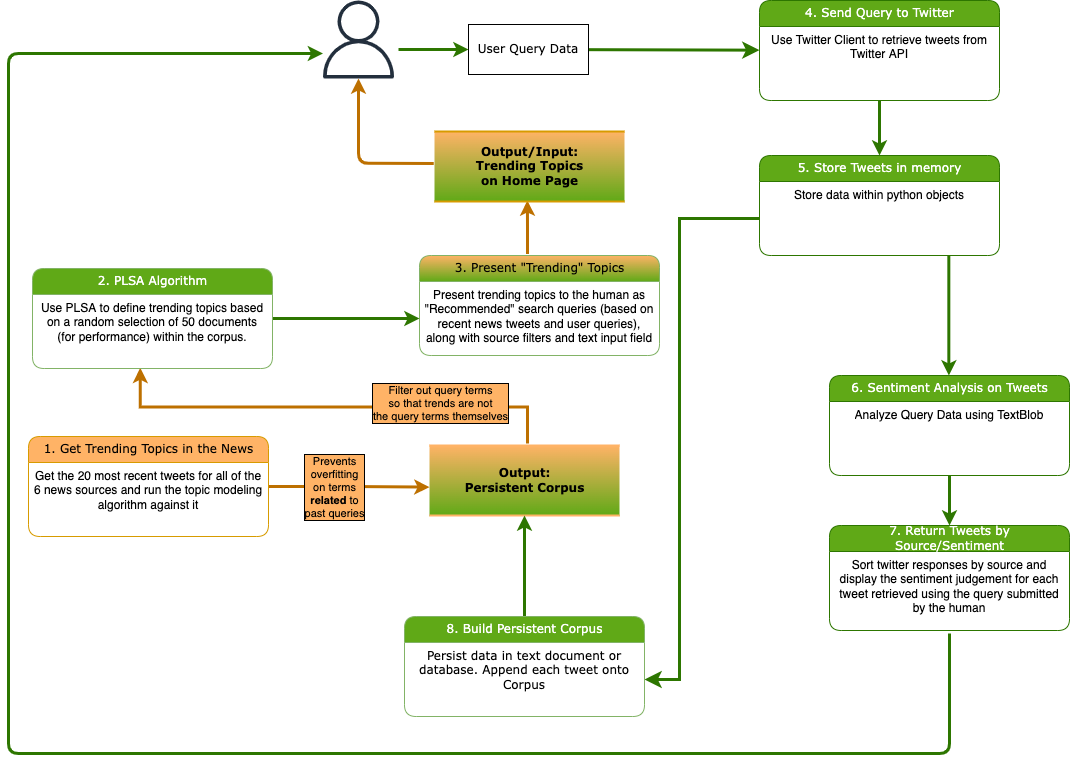
The draw.io diagram .docs/modeling/Process Model.png in PeterWJefferson/CourseProject, before a commit. Source tidied: cells renumbered, new cells last; positions are measured from the earlier drawing's top-left corner, leaving out a move shared by most shapes.
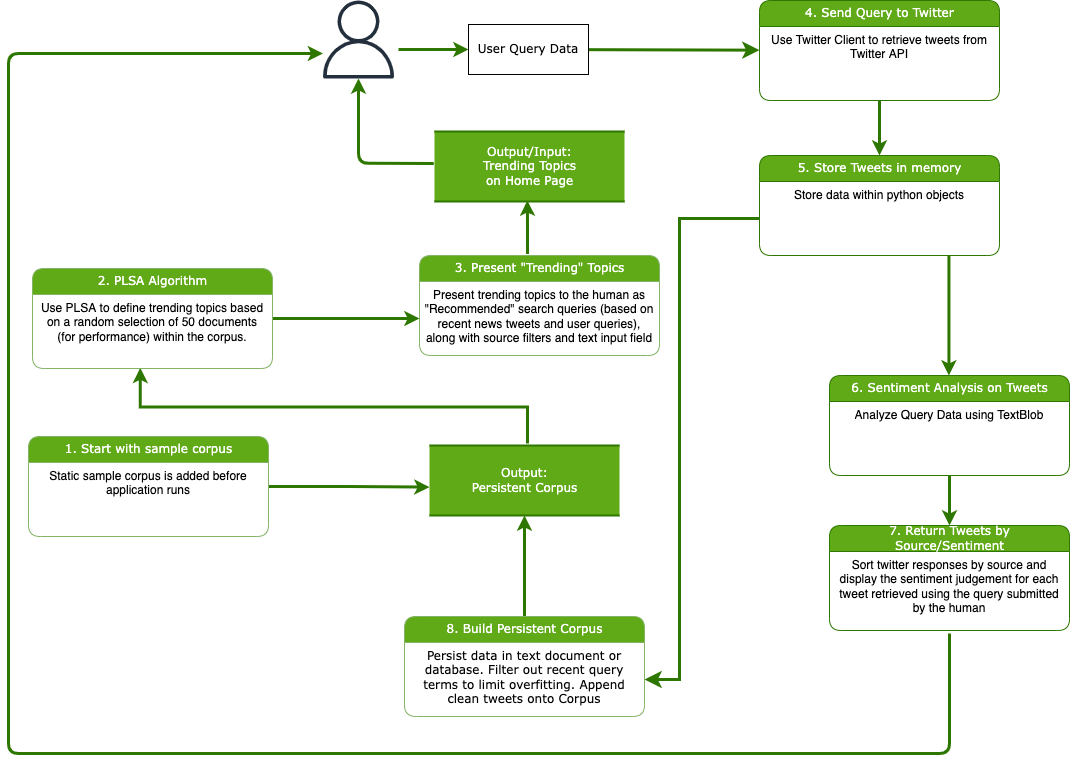
After the commit.

Commit message:
docs: updates process model

What changed in the source:
```diff
@@ -2,16 +2,16 @@
   <root>
     <mxCell id="0" />
     <mxCell id="1" parent="0" />
-    <mxCell id="2" style="edgeStyle=orthogonalEdgeStyle;rounded=0;jettySize=auto;html=1;exitX=0.516;exitY=-0.029;exitDx=0;exitDy=0;exitPerimeter=0;entryX=0.449;entryY=0.991;entryDx=0;entryDy=0;entryPerimeter=0;strokeWidth=3;fillColor=#60a917;strokeColor=#BD7000;" parent="1" edge="1" source="3" target="34">
+    <mxCell id="2" style="edgeStyle=orthogonalEdgeStyle;rounded=0;jettySize=auto;html=1;exitX=0.516;exitY=-0.029;exitDx=0;exitDy=0;exitPerimeter=0;entryX=0.449;entryY=0.991;entryDx=0;entryDy=0;entryPerimeter=0;strokeWidth=3;fillColor=#60a917;strokeColor=#2D7600;" parent="1" edge="1" source="3" target="34">
       <mxGeometry relative="1" as="geometry" />
     </mxCell>
-    <mxCell id="3" value="&lt;b&gt;Output:&lt;br&gt;Persistent Corpus&lt;/b&gt;" style="html=1;rounded=0;shadow=0;comic=0;labelBackgroundColor=none;strokeWidth=2;fontFamily=Verdana;fontSize=12;align=center;shape=mxgraph.ios7ui.horLines;fillColor=#60A917;strokeColor=#FFB366;gradientColor=#FFB366;gradientDirection=north;" parent="1" vertex="1">
+    <mxCell id="3" value="&lt;font color=&quot;#ffffff&quot;&gt;Output:&lt;br&gt;Persistent Corpus&lt;/font&gt;" style="html=1;rounded=0;shadow=0;comic=0;labelBackgroundColor=none;strokeWidth=2;fontFamily=Verdana;fontSize=12;align=center;shape=mxgraph.ios7ui.horLines;fillColor=#60A917;strokeColor=#2D7600;gradientColor=none;gradientDirection=north;" parent="1" vertex="1">
       <mxGeometry x="421" y="445" width="190" height="70" as="geometry" />
     </mxCell>
     <mxCell id="4" style="html=1;labelBackgroundColor=none;startFill=0;startSize=8;endFill=1;endSize=8;fontFamily=Verdana;fontSize=12;fillColor=#60a917;strokeColor=#2D7600;rounded=0;strokeWidth=3;" parent="1" edge="1" source="7" target="10">
       <mxGeometry relative="1" as="geometry" />
     </mxCell>
-    <mxCell id="5" style="edgeStyle=orthogonalEdgeStyle;html=1;startArrow=classic;startFill=1;endArrow=none;endFill=0;fillColor=#f0a30a;strokeColor=#BD7000;strokeWidth=3;entryX=-0.004;entryY=0.456;entryDx=0;entryDy=0;entryPerimeter=0;" parent="1" edge="1" source="35" target="23">
+    <mxCell id="5" style="edgeStyle=orthogonalEdgeStyle;html=1;startArrow=classic;startFill=1;endArrow=none;endFill=0;fillColor=#f0a30a;strokeColor=#2D7600;strokeWidth=3;entryX=-0.004;entryY=0.456;entryDx=0;entryDy=0;entryPerimeter=0;" parent="1" edge="1" source="35" target="23">
       <mxGeometry relative="1" as="geometry">
         <Array as="points">
           <mxPoint x="350" y="163" />
@@ -68,42 +68,34 @@
     <mxCell id="19" value="Store data within python objects" style="text;html=1;strokeColor=none;fillColor=none;spacingLeft=4;spacingRight=4;whiteSpace=wrap;overflow=hidden;points=[[0,0.5],[1,0.5]];portConstraint=eastwest;align=center;" parent="18" vertex="1">
       <mxGeometry y="26" width="240" height="74" as="geometry" />
     </mxCell>
-    <mxCell id="20" style="edgeStyle=orthogonalEdgeStyle;rounded=0;jettySize=auto;html=1;entryX=0.489;entryY=0.986;entryDx=0;entryDy=0;entryPerimeter=0;exitX=0.45;exitY=-0.015;exitDx=0;exitDy=0;exitPerimeter=0;fillColor=#f0a30a;strokeColor=#BD7000;strokeWidth=3;" parent="1" edge="1" source="21" target="23">
+    <mxCell id="20" style="edgeStyle=orthogonalEdgeStyle;rounded=0;jettySize=auto;html=1;entryX=0.489;entryY=0.986;entryDx=0;entryDy=0;entryPerimeter=0;exitX=0.45;exitY=-0.015;exitDx=0;exitDy=0;exitPerimeter=0;fillColor=#f0a30a;strokeColor=#2D7600;strokeWidth=3;" parent="1" edge="1" source="21" target="23">
       <mxGeometry relative="1" as="geometry" />
     </mxCell>
-    <mxCell id="21" value="3. Present &quot;Trending&quot; Topics" style="swimlane;html=1;fontStyle=0;horizontal=1;startSize=26;fillColor=#FFB366;swimlaneFillColor=#ffffff;align=center;rounded=1;shadow=0;comic=0;labelBackgroundColor=none;strokeWidth=1;fontFamily=Verdana;fontSize=12;strokeColor=#82B366;gradientColor=#60A917;" parent="1" vertex="1">
+    <mxCell id="21" value="&lt;font color=&quot;#ffffff&quot;&gt;3. Present &quot;Trending&quot; Topics&lt;/font&gt;" style="swimlane;html=1;fontStyle=0;horizontal=1;startSize=26;fillColor=#60A917;swimlaneFillColor=#ffffff;align=center;rounded=1;shadow=0;comic=0;labelBackgroundColor=none;strokeWidth=1;fontFamily=Verdana;fontSize=12;strokeColor=#82B366;gradientColor=none;" parent="1" vertex="1">
       <mxGeometry x="411" y="255" width="240" height="100" as="geometry" />
     </mxCell>
     <mxCell id="22" value="Present trending topics to the human as &quot;Recommended&quot; search queries (based on recent news tweets and user queries), along with source filters and text input field" style="text;html=1;strokeColor=none;fillColor=none;spacingLeft=4;spacingRight=4;whiteSpace=wrap;overflow=hidden;points=[[0,0.5],[1,0.5]];portConstraint=eastwest;align=center;" parent="21" vertex="1">
       <mxGeometry y="26" width="240" height="74" as="geometry" />
     </mxCell>
-    <mxCell id="23" value="&lt;b&gt;Output/Input:&lt;br&gt;Trending Topics&lt;br&gt;on Home Page&lt;/b&gt;" style="html=1;rounded=0;shadow=0;comic=0;labelBackgroundColor=none;strokeWidth=2;fontFamily=Verdana;fontSize=12;align=center;shape=mxgraph.ios7ui.horLines;fillColor=#FFB366;strokeColor=#d79b00;gradientColor=#60A917;" parent="1" vertex="1">
+    <mxCell id="23" value="&lt;font color=&quot;#ffffff&quot;&gt;Output/Input:&lt;br&gt;Trending Topics&lt;br&gt;on Home Page&lt;/font&gt;" style="html=1;rounded=0;shadow=0;comic=0;labelBackgroundColor=none;strokeWidth=2;fontFamily=Verdana;fontSize=12;align=center;shape=mxgraph.ios7ui.horLines;fillColor=#60A917;strokeColor=#2D7600;gradientColor=none;" parent="1" vertex="1">
       <mxGeometry x="426" y="131" width="190" height="70" as="geometry" />
     </mxCell>
     <mxCell id="24" style="edgeStyle=orthogonalEdgeStyle;html=1;strokeWidth=3;fillColor=#60a917;strokeColor=#2D7600;" parent="1" edge="1" source="26" target="3">
       <mxGeometry relative="1" as="geometry" />
     </mxCell>
-    <mxCell id="25" value="Filter out query terms&lt;br&gt;so that trends are not&lt;br&gt;the query terms themselves" style="edgeLabel;html=1;align=center;verticalAlign=middle;labelBorderColor=default;labelBackgroundColor=#FFB366;" parent="24" vertex="1">
-      <mxGeometry x="-0.19" y="-2" relative="1" as="geometry">
-        <mxPoint x="-87" y="-174" as="offset" />
-      </mxGeometry>
-    </mxCell>
     <mxCell id="26" value="&lt;font color=&quot;#ffffff&quot;&gt;8. Build Persistent Corpus&lt;/font&gt;" style="swimlane;html=1;fontStyle=0;horizontal=1;startSize=26;fillColor=#60A917;swimlaneFillColor=#ffffff;align=center;rounded=1;shadow=0;comic=0;labelBackgroundColor=none;strokeWidth=1;fontFamily=Verdana;fontSize=12;strokeColor=#82b366;" parent="1" vertex="1">
       <mxGeometry x="396" y="616" width="240" height="100" as="geometry" />
     </mxCell>
-    <mxCell id="27" value="&lt;span style=&quot;font-family: &amp;#34;verdana&amp;#34;&quot;&gt;Persist data in text&amp;nbsp;&lt;/span&gt;&lt;span style=&quot;font-family: &amp;#34;verdana&amp;#34;&quot;&gt;document or database. Append each tweet onto Corpus&lt;/span&gt;" style="text;html=1;strokeColor=none;fillColor=none;spacingLeft=4;spacingRight=4;whiteSpace=wrap;overflow=hidden;points=[[0,0.5],[1,0.5]];portConstraint=eastwest;align=center;" parent="26" vertex="1">
+    <mxCell id="27" value="&lt;span style=&quot;font-family: &amp;#34;verdana&amp;#34;&quot;&gt;Persist data in text&amp;nbsp;&lt;/span&gt;&lt;span style=&quot;font-family: &amp;#34;verdana&amp;#34;&quot;&gt;document or database. Filter out recent query terms to limit overfitting. Append clean tweets onto Corpus&lt;/span&gt;" style="text;html=1;strokeColor=none;fillColor=none;spacingLeft=4;spacingRight=4;whiteSpace=wrap;overflow=hidden;points=[[0,0.5],[1,0.5]];portConstraint=eastwest;align=center;" parent="26" vertex="1">
       <mxGeometry y="26" width="240" height="74" as="geometry" />
     </mxCell>
-    <mxCell id="28" style="edgeStyle=orthogonalEdgeStyle;html=1;rounded=0;entryX=0;entryY=0.595;entryDx=0;entryDy=0;entryPerimeter=0;fillColor=#f0a30a;strokeColor=#BD7000;strokeWidth=3;" parent="1" edge="1" source="30" target="3">
+    <mxCell id="28" style="edgeStyle=orthogonalEdgeStyle;html=1;rounded=0;entryX=0;entryY=0.595;entryDx=0;entryDy=0;entryPerimeter=0;fillColor=#f0a30a;strokeColor=#2D7600;strokeWidth=3;" parent="1" edge="1" source="30" target="3">
       <mxGeometry relative="1" as="geometry" />
     </mxCell>
-    <mxCell id="29" value="Prevents&lt;br&gt;overfitting&lt;br&gt;on terms&lt;br&gt;&lt;b&gt;related&lt;/b&gt; to&lt;br&gt;past queries" style="edgeLabel;html=1;align=center;verticalAlign=middle;labelBorderColor=default;labelBackgroundColor=#FFB366;" parent="28" vertex="1">
-      <mxGeometry x="-0.19" relative="1" as="geometry" />
-    </mxCell>
-    <mxCell id="30" value="1. Get Trending Topics in the News" style="swimlane;html=1;fontStyle=0;horizontal=1;startSize=26;fillColor=#FFB366;swimlaneFillColor=#ffffff;align=center;rounded=1;shadow=0;comic=0;labelBackgroundColor=none;strokeWidth=1;fontFamily=Verdana;fontSize=12;strokeColor=#d79b00;" parent="1" vertex="1">
+    <mxCell id="30" value="&lt;font color=&quot;#ffffff&quot;&gt;1. Start with sample corpus&lt;/font&gt;" style="swimlane;html=1;fontStyle=0;horizontal=1;startSize=26;fillColor=#60A917;swimlaneFillColor=#ffffff;align=center;rounded=1;shadow=0;comic=0;labelBackgroundColor=none;strokeWidth=1;fontFamily=Verdana;fontSize=12;strokeColor=#82B366;" parent="1" vertex="1">
       <mxGeometry x="20" y="436" width="240" height="100" as="geometry" />
     </mxCell>
-    <mxCell id="31" value="Get the 20 most recent tweets for all of the 6 news sources and run the topic modeling algorithm against it" style="text;html=1;strokeColor=none;fillColor=none;spacingLeft=4;spacingRight=4;whiteSpace=wrap;overflow=hidden;align=center;" parent="30" vertex="1">
+    <mxCell id="31" value="Static sample corpus is added before application runs" style="text;html=1;strokeColor=none;fillColor=none;spacingLeft=4;spacingRight=4;whiteSpace=wrap;overflow=hidden;align=center;" parent="30" vertex="1">
       <mxGeometry y="26" width="240" height="74" as="geometry" />
     </mxCell>
     <mxCell id="32" style="edgeStyle=orthogonalEdgeStyle;html=1;rounded=0;strokeWidth=3;fillColor=#60a917;strokeColor=#2D7600;" parent="1" edge="1" source="33" target="22">
```
